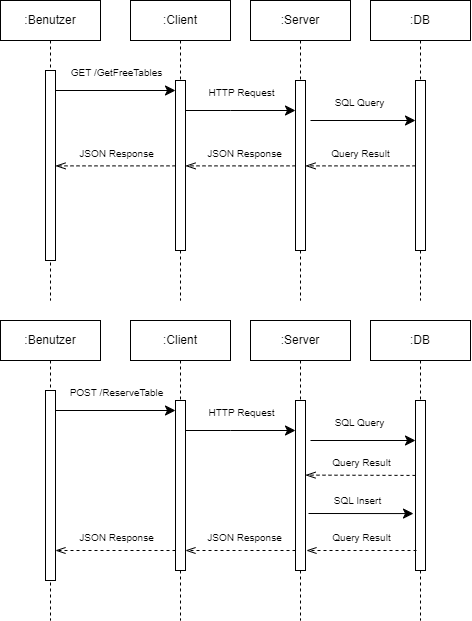
Before: diagramme/SequenceDiagram.drawio.png, a diagram exported from draw.io (FIA-GSO/tischreservierung-test123). Source tidied: cells renumbered, new cells last; positions are measured from the earlier drawing's top-left corner, leaving out a move shared by most shapes.
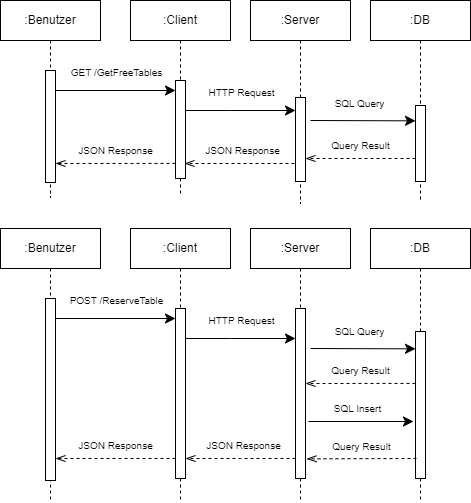
Above is the later version.

Commit message:
nicer diagrams

What changed in the source:
```diff
@@ -3,28 +3,28 @@
     <mxCell id="0" />
     <mxCell id="1" parent="0" />
     <mxCell id="2" value=":Benutzer" style="shape=umlLifeline;perimeter=lifelinePerimeter;whiteSpace=wrap;html=1;newEdgeStyle={&quot;edgeStyle&quot;:&quot;elbowEdgeStyle&quot;,&quot;elbow&quot;:&quot;vertical&quot;,&quot;curved&quot;:0,&quot;rounded&quot;:0};" parent="1" vertex="1">
-      <mxGeometry width="100" height="300" as="geometry" />
+      <mxGeometry width="100" height="197" as="geometry" />
     </mxCell>
     <mxCell id="3" style="html=1;points=[];perimeter=orthogonalPerimeter;outlineConnect=0;targetShapes=umlLifeline;portConstraint=eastwest;newEdgeStyle={&quot;edgeStyle&quot;:&quot;elbowEdgeStyle&quot;,&quot;elbow&quot;:&quot;vertical&quot;,&quot;curved&quot;:0,&quot;rounded&quot;:0};" parent="2" vertex="1">
-      <mxGeometry x="45" y="70" width="10" height="190" as="geometry" />
+      <mxGeometry x="45" y="70" width="10" height="112" as="geometry" />
     </mxCell>
     <mxCell id="4" value=":Server" style="shape=umlLifeline;perimeter=lifelinePerimeter;whiteSpace=wrap;html=1;newEdgeStyle={&quot;edgeStyle&quot;:&quot;elbowEdgeStyle&quot;,&quot;elbow&quot;:&quot;vertical&quot;,&quot;curved&quot;:0,&quot;rounded&quot;:0};" parent="1" vertex="1">
-      <mxGeometry x="250" width="100" height="300" as="geometry" />
+      <mxGeometry x="250" width="100" height="203" as="geometry" />
     </mxCell>
     <mxCell id="5" style="html=1;points=[];perimeter=orthogonalPerimeter;outlineConnect=0;targetShapes=umlLifeline;portConstraint=eastwest;newEdgeStyle={&quot;edgeStyle&quot;:&quot;elbowEdgeStyle&quot;,&quot;elbow&quot;:&quot;vertical&quot;,&quot;curved&quot;:0,&quot;rounded&quot;:0};" parent="4" vertex="1">
-      <mxGeometry x="45" y="80" width="10" height="170" as="geometry" />
+      <mxGeometry x="45" y="97" width="10" height="84" as="geometry" />
     </mxCell>
     <mxCell id="6" value=":DB" style="shape=umlLifeline;perimeter=lifelinePerimeter;whiteSpace=wrap;html=1;newEdgeStyle={&quot;edgeStyle&quot;:&quot;elbowEdgeStyle&quot;,&quot;elbow&quot;:&quot;vertical&quot;,&quot;curved&quot;:0,&quot;rounded&quot;:0};" parent="1" vertex="1">
-      <mxGeometry x="370" width="100" height="300" as="geometry" />
+      <mxGeometry x="370" width="100" height="201" as="geometry" />
     </mxCell>
     <mxCell id="7" style="html=1;points=[];perimeter=orthogonalPerimeter;outlineConnect=0;targetShapes=umlLifeline;portConstraint=eastwest;newEdgeStyle={&quot;edgeStyle&quot;:&quot;elbowEdgeStyle&quot;,&quot;elbow&quot;:&quot;vertical&quot;,&quot;curved&quot;:0,&quot;rounded&quot;:0};" parent="6" vertex="1">
-      <mxGeometry x="45" y="80" width="10" height="170" as="geometry" />
+      <mxGeometry x="45" y="105" width="10" height="76" as="geometry" />
     </mxCell>
     <mxCell id="8" value=":Client" style="shape=umlLifeline;perimeter=lifelinePerimeter;whiteSpace=wrap;html=1;newEdgeStyle={&quot;edgeStyle&quot;:&quot;elbowEdgeStyle&quot;,&quot;elbow&quot;:&quot;vertical&quot;,&quot;curved&quot;:0,&quot;rounded&quot;:0};" parent="1" vertex="1">
-      <mxGeometry x="130" width="100" height="300" as="geometry" />
+      <mxGeometry x="130" width="100" height="193" as="geometry" />
     </mxCell>
     <mxCell id="9" style="html=1;points=[];perimeter=orthogonalPerimeter;outlineConnect=0;targetShapes=umlLifeline;portConstraint=eastwest;newEdgeStyle={&quot;edgeStyle&quot;:&quot;elbowEdgeStyle&quot;,&quot;elbow&quot;:&quot;vertical&quot;,&quot;curved&quot;:0,&quot;rounded&quot;:0};" parent="8" vertex="1">
-      <mxGeometry x="45" y="80" width="10" height="170" as="geometry" />
+      <mxGeometry x="45" y="80" width="10" height="98" as="geometry" />
     </mxCell>
     <mxCell id="10" style="edgeStyle=elbowEdgeStyle;curved=0;rounded=0;jettySize=auto;html=1;elbow=vertical;fontSize=12;startSize=8;endSize=8;" parent="1" edge="1" source="3" target="9">
       <mxGeometry relative="1" as="geometry">
@@ -62,23 +62,33 @@
       </mxGeometry>
     </mxCell>
     <mxCell id="16" style="edgeStyle=elbowEdgeStyle;curved=0;rounded=0;jettySize=auto;html=1;elbow=vertical;fontSize=12;startSize=8;endSize=8;dashed=1;endArrow=openThin;endFill=0;" parent="1" edge="1" source="7" target="5">
-      <mxGeometry relative="1" as="geometry" />
+      <mxGeometry relative="1" as="geometry">
+        <Array as="points">
+          <mxPoint x="358" y="158" />
+        </Array>
+      </mxGeometry>
     </mxCell>
     <mxCell id="17" value="&lt;font style=&quot;font-size: 10px;&quot;&gt;Query Result&lt;/font&gt;" style="edgeLabel;html=1;align=center;verticalAlign=middle;fontSize=16;" parent="16" vertex="1">
       <mxGeometry x="0.09" relative="1" as="geometry">
         <mxPoint x="5" y="-15" as="offset" />
       </mxGeometry>
     </mxCell>
-    <mxCell id="18" style="edgeStyle=elbowEdgeStyle;curved=0;rounded=0;jettySize=auto;html=1;elbow=vertical;fontSize=12;startSize=8;endSize=8;dashed=1;endArrow=openThin;endFill=0;" parent="1" edge="1" source="5" target="9">
-      <mxGeometry relative="1" as="geometry" />
+    <mxCell id="18" style="edgeStyle=elbowEdgeStyle;curved=0;rounded=0;orthogonalLoop=1;jettySize=auto;html=1;elbow=vertical;fontSize=12;startSize=8;endSize=8;dashed=1;endArrow=openThin;endFill=0;" parent="1" edge="1">
+      <mxGeometry relative="1" as="geometry">
+        <mxPoint x="294" y="163" as="sourcePoint" />
+        <mxPoint x="184" y="163" as="targetPoint" />
+      </mxGeometry>
     </mxCell>
     <mxCell id="19" value="&lt;font style=&quot;font-size: 10px;&quot;&gt;JSON Response&lt;/font&gt;" style="edgeLabel;html=1;align=center;verticalAlign=middle;fontSize=16;" parent="18" vertex="1">
       <mxGeometry x="0.31" relative="1" as="geometry">
         <mxPoint x="20" y="-15" as="offset" />
       </mxGeometry>
     </mxCell>
-    <mxCell id="20" style="edgeStyle=elbowEdgeStyle;curved=0;rounded=0;jettySize=auto;html=1;elbow=vertical;fontSize=12;startSize=8;endSize=8;dashed=1;endArrow=openThin;endFill=0;" parent="1" edge="1" source="9" target="3">
-      <mxGeometry relative="1" as="geometry" />
+    <mxCell id="20" style="edgeStyle=elbowEdgeStyle;curved=0;rounded=0;orthogonalLoop=1;jettySize=auto;html=1;elbow=vertical;fontSize=12;startSize=8;endSize=8;dashed=1;endArrow=openThin;endFill=0;" parent="1" edge="1">
+      <mxGeometry relative="1" as="geometry">
+        <mxPoint x="175" y="162.9" as="sourcePoint" />
+        <mxPoint x="55" y="162.9" as="targetPoint" />
+      </mxGeometry>
     </mxCell>
     <mxCell id="21" value="&lt;font style=&quot;font-size: 10px;&quot;&gt;JSON Response&lt;/font&gt;" style="edgeLabel;html=1;align=center;verticalAlign=middle;fontSize=16;" parent="20" vertex="1">
       <mxGeometry x="0.13" y="-2" relative="1" as="geometry">
@@ -86,25 +96,25 @@
       </mxGeometry>
     </mxCell>
     <mxCell id="22" value=":Benutzer" style="shape=umlLifeline;perimeter=lifelinePerimeter;whiteSpace=wrap;html=1;newEdgeStyle={&quot;edgeStyle&quot;:&quot;elbowEdgeStyle&quot;,&quot;elbow&quot;:&quot;vertical&quot;,&quot;curved&quot;:0,&quot;rounded&quot;:0};" parent="1" vertex="1">
-      <mxGeometry y="320" width="100" height="300" as="geometry" />
+      <mxGeometry y="228" width="100" height="272" as="geometry" />
     </mxCell>
     <mxCell id="23" style="html=1;points=[];perimeter=orthogonalPerimeter;outlineConnect=0;targetShapes=umlLifeline;portConstraint=eastwest;newEdgeStyle={&quot;edgeStyle&quot;:&quot;elbowEdgeStyle&quot;,&quot;elbow&quot;:&quot;vertical&quot;,&quot;curved&quot;:0,&quot;rounded&quot;:0};" parent="22" vertex="1">
-      <mxGeometry x="45" y="70" width="10" height="190" as="geometry" />
+      <mxGeometry x="45" y="70" width="10" height="182" as="geometry" />
     </mxCell>
     <mxCell id="24" value=":Server" style="shape=umlLifeline;perimeter=lifelinePerimeter;whiteSpace=wrap;html=1;newEdgeStyle={&quot;edgeStyle&quot;:&quot;elbowEdgeStyle&quot;,&quot;elbow&quot;:&quot;vertical&quot;,&quot;curved&quot;:0,&quot;rounded&quot;:0};" parent="1" vertex="1">
-      <mxGeometry x="250" y="320" width="100" height="300" as="geometry" />
+      <mxGeometry x="250" y="228" width="100" height="273" as="geometry" />
     </mxCell>
     <mxCell id="25" style="html=1;points=[];perimeter=orthogonalPerimeter;outlineConnect=0;targetShapes=umlLifeline;portConstraint=eastwest;newEdgeStyle={&quot;edgeStyle&quot;:&quot;elbowEdgeStyle&quot;,&quot;elbow&quot;:&quot;vertical&quot;,&quot;curved&quot;:0,&quot;rounded&quot;:0};" parent="24" vertex="1">
       <mxGeometry x="45" y="80" width="10" height="170" as="geometry" />
     </mxCell>
     <mxCell id="26" value=":DB" style="shape=umlLifeline;perimeter=lifelinePerimeter;whiteSpace=wrap;html=1;newEdgeStyle={&quot;edgeStyle&quot;:&quot;elbowEdgeStyle&quot;,&quot;elbow&quot;:&quot;vertical&quot;,&quot;curved&quot;:0,&quot;rounded&quot;:0};" parent="1" vertex="1">
-      <mxGeometry x="370" y="320" width="100" height="300" as="geometry" />
+      <mxGeometry x="370" y="228" width="100" height="274" as="geometry" />
     </mxCell>
     <mxCell id="27" style="html=1;points=[];perimeter=orthogonalPerimeter;outlineConnect=0;targetShapes=umlLifeline;portConstraint=eastwest;newEdgeStyle={&quot;edgeStyle&quot;:&quot;elbowEdgeStyle&quot;,&quot;elbow&quot;:&quot;vertical&quot;,&quot;curved&quot;:0,&quot;rounded&quot;:0};" parent="26" vertex="1">
-      <mxGeometry x="45" y="80" width="10" height="170" as="geometry" />
+      <mxGeometry x="45" y="103" width="10" height="147" as="geometry" />
     </mxCell>
     <mxCell id="28" value=":Client" style="shape=umlLifeline;perimeter=lifelinePerimeter;whiteSpace=wrap;html=1;newEdgeStyle={&quot;edgeStyle&quot;:&quot;elbowEdgeStyle&quot;,&quot;elbow&quot;:&quot;vertical&quot;,&quot;curved&quot;:0,&quot;rounded&quot;:0};" parent="1" vertex="1">
-      <mxGeometry x="130" y="320" width="100" height="300" as="geometry" />
+      <mxGeometry x="130" y="228" width="100" height="273" as="geometry" />
     </mxCell>
     <mxCell id="29" style="html=1;points=[];perimeter=orthogonalPerimeter;outlineConnect=0;targetShapes=umlLifeline;portConstraint=eastwest;newEdgeStyle={&quot;edgeStyle&quot;:&quot;elbowEdgeStyle&quot;,&quot;elbow&quot;:&quot;vertical&quot;,&quot;curved&quot;:0,&quot;rounded&quot;:0};" parent="28" vertex="1">
       <mxGeometry x="45" y="80" width="10" height="170" as="geometry" />
@@ -112,7 +122,7 @@
     <mxCell id="30" style="edgeStyle=elbowEdgeStyle;curved=0;rounded=0;jettySize=auto;html=1;elbow=vertical;fontSize=12;startSize=8;endSize=8;" parent="1" edge="1" source="23" target="29">
       <mxGeometry relative="1" as="geometry">
         <Array as="points">
-          <mxPoint x="170" y="410" />
+          <mxPoint x="170" y="318" />
         </Array>
       </mxGeometry>
     </mxCell>
@@ -123,9 +133,9 @@
     </mxCell>
     <mxCell id="32" style="edgeStyle=elbowEdgeStyle;curved=0;rounded=0;jettySize=auto;html=1;elbow=horizontal;fontSize=12;startSize=8;endSize=8;" parent="1" edge="1" source="29">
       <mxGeometry relative="1" as="geometry">
-        <mxPoint x="295" y="430" as="targetPoint" />
+        <mxPoint x="295" y="338" as="targetPoint" />
         <Array as="points">
-          <mxPoint x="230" y="430" />
+          <mxPoint x="230" y="338" />
         </Array>
       </mxGeometry>
     </mxCell>
@@ -136,7 +146,7 @@
     </mxCell>
     <mxCell id="34" style="edgeStyle=elbowEdgeStyle;curved=0;rounded=0;jettySize=auto;html=1;elbow=vertical;fontSize=12;startSize=8;endSize=8;" parent="1" edge="1" target="27">
       <mxGeometry relative="1" as="geometry">
-        <mxPoint x="310" y="440" as="sourcePoint" />
+        <mxPoint x="310" y="348" as="sourcePoint" />
       </mxGeometry>
     </mxCell>
     <mxCell id="35" value="&lt;font style=&quot;font-size: 10px;&quot;&gt;SQL Query&lt;/font&gt;" style="edgeLabel;html=1;align=center;verticalAlign=middle;fontSize=16;" parent="34" vertex="1">
@@ -146,8 +156,8 @@
     </mxCell>
     <mxCell id="36" style="edgeStyle=elbowEdgeStyle;curved=0;rounded=0;orthogonalLoop=1;jettySize=auto;html=1;elbow=vertical;fontSize=12;startSize=8;endSize=8;dashed=1;endArrow=openThin;endFill=0;" parent="1" edge="1">
       <mxGeometry relative="1" as="geometry">
-        <mxPoint x="416" y="550" as="sourcePoint" />
-        <mxPoint x="306" y="550" as="targetPoint" />
+        <mxPoint x="416" y="458" as="sourcePoint" />
+        <mxPoint x="306" y="458" as="targetPoint" />
       </mxGeometry>
     </mxCell>
     <mxCell id="37" value="&lt;font style=&quot;font-size: 10px;&quot;&gt;Query Result&lt;/font&gt;" style="edgeLabel;html=1;align=center;verticalAlign=middle;fontSize=16;" parent="36" vertex="1">
@@ -158,8 +168,8 @@
     <mxCell id="38" style="edgeStyle=elbowEdgeStyle;curved=0;rounded=0;jettySize=auto;html=1;elbow=vertical;fontSize=12;startSize=8;endSize=8;dashed=1;endArrow=openThin;endFill=0;" parent="1" edge="1" source="25" target="29">
       <mxGeometry relative="1" as="geometry">
         <Array as="points">
-          <mxPoint x="240" y="550" />
-          <mxPoint x="250" y="520" />
+          <mxPoint x="240" y="458" />
+          <mxPoint x="250" y="428" />
         </Array>
       </mxGeometry>
     </mxCell>
@@ -171,7 +181,7 @@
     <mxCell id="40" style="edgeStyle=elbowEdgeStyle;curved=0;rounded=0;jettySize=auto;html=1;elbow=vertical;fontSize=12;startSize=8;endSize=8;dashed=1;endArrow=openThin;endFill=0;" parent="1" edge="1" source="29" target="23">
       <mxGeometry relative="1" as="geometry">
         <Array as="points">
-          <mxPoint x="130" y="550" />
+          <mxPoint x="130" y="458" />
         </Array>
       </mxGeometry>
     </mxCell>
@@ -182,8 +192,8 @@
     </mxCell>
     <mxCell id="42" style="edgeStyle=elbowEdgeStyle;curved=0;rounded=0;orthogonalLoop=1;jettySize=auto;html=1;elbow=vertical;fontSize=12;startSize=8;endSize=8;dashed=1;endArrow=openThin;endFill=0;" parent="1" edge="1">
       <mxGeometry relative="1" as="geometry">
-        <mxPoint x="415" y="474.9" as="sourcePoint" />
-        <mxPoint x="305" y="474.9" as="targetPoint" />
+        <mxPoint x="415" y="382.9" as="sourcePoint" />
+        <mxPoint x="305" y="382.9" as="targetPoint" />
       </mxGeometry>
     </mxCell>
     <mxCell id="43" value="&lt;font style=&quot;font-size: 10px;&quot;&gt;Query Result&lt;/font&gt;" style="edgeLabel;html=1;align=center;verticalAlign=middle;fontSize=16;" parent="42" vertex="1">
@@ -193,8 +203,8 @@
     </mxCell>
     <mxCell id="44" style="edgeStyle=elbowEdgeStyle;curved=0;rounded=0;orthogonalLoop=1;jettySize=auto;html=1;elbow=vertical;fontSize=12;startSize=8;endSize=8;" parent="1" edge="1">
       <mxGeometry relative="1" as="geometry">
-        <mxPoint x="308" y="513" as="sourcePoint" />
-        <mxPoint x="413" y="513" as="targetPoint" />
+        <mxPoint x="308" y="421" as="sourcePoint" />
+        <mxPoint x="413" y="421" as="targetPoint" />
       </mxGeometry>
     </mxCell>
     <mxCell id="45" value="&lt;font style=&quot;font-size: 10px;&quot;&gt;SQL Insert&lt;/font&gt;" style="edgeLabel;html=1;align=center;verticalAlign=middle;fontSize=16;" parent="44" vertex="1">
```
